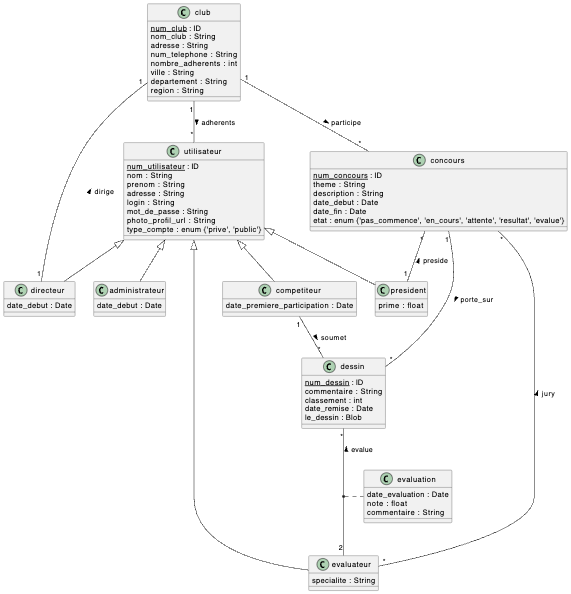
This is docs/mcd.png from matthieuEv/Draw-Arena, a PlantUML export, as it was before one commit. Its source is kept beside it as docs/mcd.puml. Its diagram source:
```plantuml
@startuml
skinparam classAttributeIconSize 0

class club {
    <u>num_club</u> : ID
    nom_club : String
    adresse : String
    num_telephone : String
    ville : String
    departement : String
    region : String
}

class utilisateur {
    <u>num_utilisateur</u> : ID
    nom : String
    prenom : String
    adresse : String
    login : String
    mot_de_passe : String
    photo_profil_url : String
    type_compte : enum {'prive', 'public'}
}

class concours {
    <u>num_concours</u> : ID
    theme : String
    description : String
    date_debut : Date
    date_fin : Date
    etat : enum {'pas_commence', 'en_cours', 'attente', 'resultat', 'evalue'}
}

class dessin {
    <u>num_dessin</u> : ID
    commentaire : String
    classement : int
    date_remise : Date
    le_dessin : Blob
}

class evaluation {
    date_evaluation : Date
    note : float
    commentaire : String
}

class competiteur {
    date_premiere_participation : Date
}

class evaluateur {
    specialite : String
}

class president {
    prime : float
}

class administrateur {
    date_debut : Date
}

class directeur {
    date_debut : Date
}

utilisateur <|-- competiteur
utilisateur <|-- evaluateur
utilisateur <|-- president
utilisateur <|-- administrateur
utilisateur <|-- directeur

club "1" -- "*" utilisateur : adherents >
club "1" -- "*" concours : participe >
club "1" - "1" directeur : dirige <

concours "1" -- "*" dessin : porte_sur >
concours "*" -- "1" president : preside <
concours "*" --- "*" evaluateur : jury <

competiteur "1" -- "*" dessin : soumet >

dessin "*" -- "2" evaluateur : evalue <
(dessin, evaluateur) .. evaluation

@enduml
```
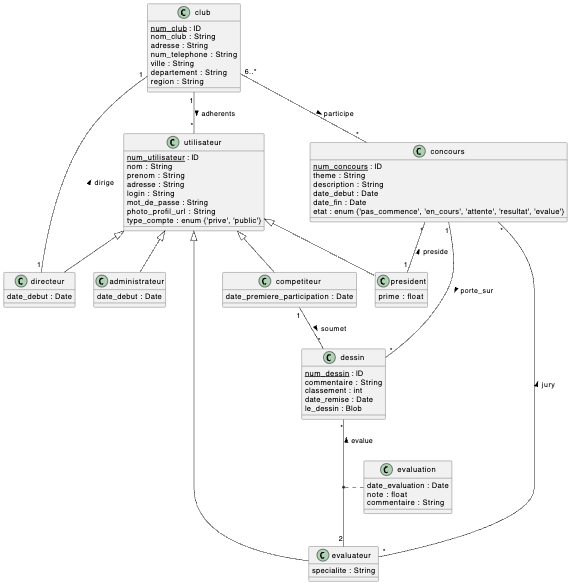
Later version of the same file.

Commit message:
il a pas fait de merge request

The edit, as a diff of the source:
```diff
@@ -72,7 +72,7 @@
 utilisateur <|-- directeur
 
 club "1" -- "*" utilisateur : adherents >
-club "1" -- "*" concours : participe >
+club "6..*" -- "*" concours : participe >
 club "1" - "1" directeur : dirige <
 
 concours "1" -- "*" dessin : porte_sur >
```
